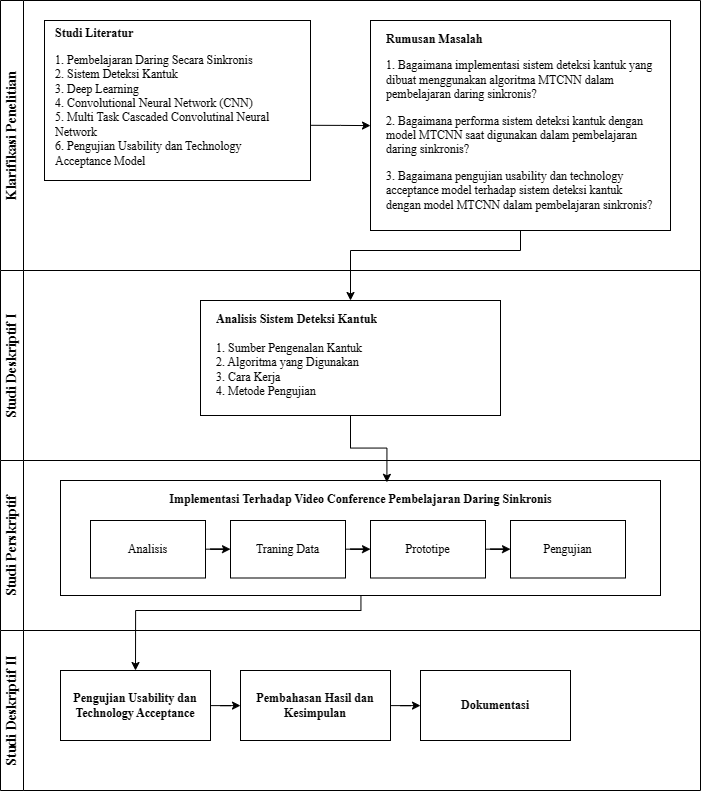
Above: Desain Penelitian.drawio.png in pakkaem/app.diagrams.net-repo (draw.io), before the change. Source tidied: cells renumbered, new cells last; positions are measured from the earlier drawing's top-left corner, leaving out a move shared by most shapes.
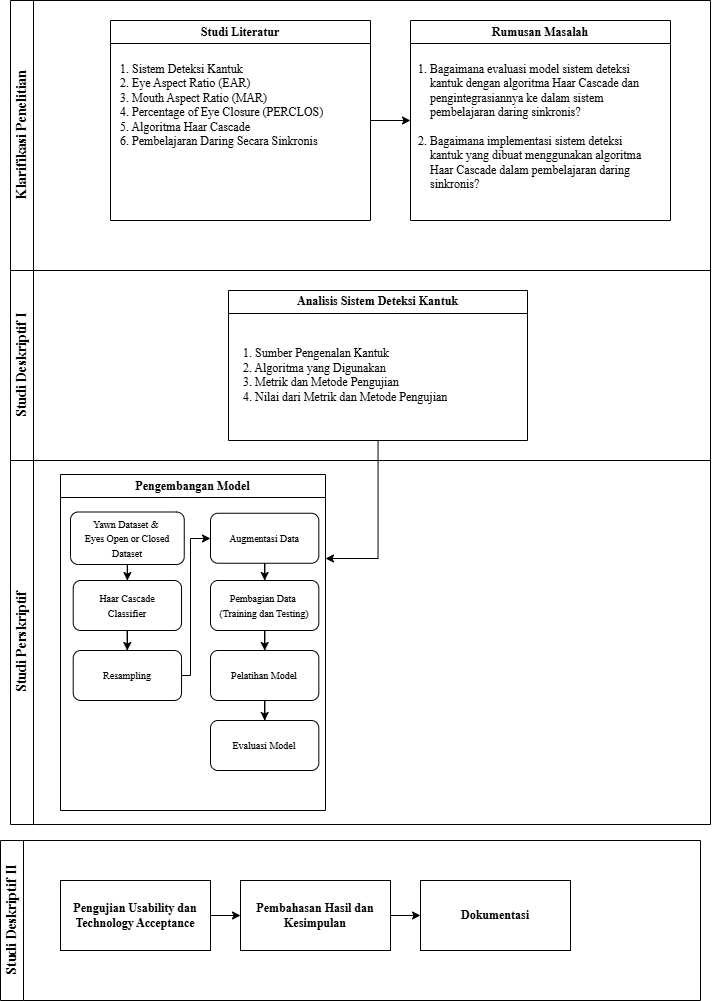
After the commit.

Diff of the diagram source:
```diff
@@ -5,62 +5,82 @@
     <mxCell id="2" value="Klarifikasi Penelitian" style="swimlane;horizontal=0;whiteSpace=wrap;html=1;fontFamily=Times New Roman;fontSize=14;" parent="1" vertex="1">
       <mxGeometry width="700" height="270" as="geometry" />
     </mxCell>
-    <mxCell id="3" style="edgeStyle=orthogonalEdgeStyle;rounded=0;jettySize=auto;html=1;exitX=1.001;exitY=0.655;exitDx=0;exitDy=0;exitPerimeter=0;" parent="2" edge="1" source="4" target="6">
-      <mxGeometry relative="1" as="geometry" />
-    </mxCell>
-    <mxCell id="4" style="rounded=0;whiteSpace=wrap;html=1;" parent="2" vertex="1">
-      <mxGeometry x="44" y="20" width="266" height="160" as="geometry" />
-    </mxCell>
+    <mxCell id="30" style="edgeStyle=orthogonalEdgeStyle;rounded=0;jettySize=auto;html=1;entryX=0;entryY=0.5;entryDx=0;entryDy=0;" parent="2" edge="1" source="31" target="32">
+      <mxGeometry relative="1" as="geometry" />
+    </mxCell>
+    <mxCell id="31" value="&lt;font face=&quot;Times New Roman&quot;&gt;Studi Literatur&lt;/font&gt;" style="swimlane;whiteSpace=wrap;html=1;" parent="2" vertex="1">
+      <mxGeometry x="100" y="20" width="260" height="200" as="geometry" />
+    </mxCell>
-    <mxCell id="5" value="&lt;p&gt;&lt;font style=&quot;font-size: 12px;&quot;&gt;&lt;b&gt;&lt;br&gt;Studi Literatur&lt;/b&gt;&lt;/font&gt;&lt;/p&gt;&lt;p&gt;1. Pembelajaran Daring Secara Sinkronis&lt;br&gt;2. Sistem Deteksi Kantuk&lt;br&gt;3. Deep Learning&lt;br&gt;4. Convolutional Neural Network (CNN)&lt;br&gt;5. Multi Task Cascaded Convolutinal Neural Network&lt;br&gt;6. Pengujian Usability dan Technology Acceptance Model&lt;/p&gt;" style="text;html=1;strokeColor=none;fillColor=none;spacing=5;spacingTop=-20;whiteSpace=wrap;overflow=hidden;rounded=0;fontFamily=Times New Roman;" parent="2" vertex="1">
-      <mxGeometry x="50" y="10" width="250" height="170" as="geometry" />
+    <mxCell id="5" value="&lt;p&gt;&lt;span style=&quot;background-color: initial;&quot;&gt;1. Sistem Deteksi Kantuk&lt;br&gt;2. Eye Aspect Ratio (EAR)&lt;br&gt;&lt;/span&gt;&lt;span style=&quot;background-color: initial;&quot;&gt;3. Mouth Aspect Ratio (MAR)&amp;nbsp;&lt;br&gt;4. Percentage of Eye Closure (PERCLOS)&lt;br&gt;5. Algoritma Haar Cascade&lt;br&gt;6. Pembelajaran Daring Secara Sinkronis&lt;/span&gt;&lt;/p&gt;" style="text;html=1;strokeColor=none;fillColor=none;spacing=5;spacingTop=-20;whiteSpace=wrap;overflow=hidden;rounded=0;fontFamily=Times New Roman;" parent="31" vertex="1">
+      <mxGeometry x="5" y="40" width="250" height="170" as="geometry" />
     </mxCell>
-    <mxCell id="6" style="rounded=0;whiteSpace=wrap;html=1;" parent="2" vertex="1">
-      <mxGeometry x="370" y="20" width="300" height="210" as="geometry" />
-    </mxCell>
-    <mxCell id="7" value="&lt;p&gt;&lt;font face=&quot;Times New Roman&quot; style=&quot;font-size: 12px;&quot;&gt;&lt;b&gt;Rumusan Masalah&lt;/b&gt;&lt;br&gt;&lt;/font&gt;&lt;/p&gt;&lt;p&gt;&lt;font face=&quot;Times New Roman&quot;&gt;1. Bagaimana implementasi sistem deteksi kantuk yang dibuat menggunakan algoritma MTCNN dalam pembelajaran daring sinkronis?&lt;/font&gt;&lt;/p&gt;&lt;p&gt;&lt;font face=&quot;Times New Roman&quot;&gt;2. Bagaimana performa sistem deteksi kantuk dengan model MTCNN saat digunakan dalam pembelajaran daring sinkronis?&lt;/font&gt;&lt;/p&gt;&lt;p&gt;&lt;/p&gt;&lt;p&gt;&lt;font face=&quot;Times New Roman&quot;&gt;3. Bagaimana pengujian usability dan technology acceptance model terhadap sistem deteksi kantuk dengan model MTCNN dalam pembelajaran sinkronis?&lt;/font&gt;&lt;/p&gt;&lt;div&gt;&lt;br&gt;&lt;/div&gt;" style="text;html=1;strokeColor=none;fillColor=none;spacing=5;spacingTop=-20;whiteSpace=wrap;overflow=hidden;rounded=0;" parent="2" vertex="1">
-      <mxGeometry x="381" y="30" width="279" height="196" as="geometry" />
-    </mxCell>
+    <mxCell id="32" value="&lt;font face=&quot;Times New Roman&quot;&gt;Rumusan Masalah&lt;/font&gt;" style="swimlane;whiteSpace=wrap;html=1;startSize=23;" parent="2" vertex="1">
+      <mxGeometry x="400" y="20" width="260" height="200" as="geometry" />
+    </mxCell>
+    <mxCell id="33" value="&lt;p&gt;&lt;/p&gt;&lt;ol&gt;&lt;li&gt;Bagaimana evaluasi model sistem deteksi kantuk dengan algoritma Haar Cascade dan pengintegrasiannya ke dalam sistem pembelajaran daring sinkronis?&lt;br&gt;&lt;br&gt;&lt;/li&gt;&lt;li&gt;&lt;span style=&quot;background-color: initial;&quot;&gt;Bagaimana implementasi sistem deteksi kantuk yang dibuat menggunakan algoritma Haar Cascade dalam pembelajaran daring sinkronis?&lt;/span&gt;&lt;/li&gt;&lt;/ol&gt;&lt;p&gt;&lt;/p&gt;" style="text;html=1;strokeColor=none;fillColor=none;spacing=5;spacingTop=-20;whiteSpace=wrap;overflow=hidden;rounded=0;fontFamily=Times New Roman;" parent="32" vertex="1">
+      <mxGeometry x="-25" y="40" width="275" height="170" as="geometry" />
+    </mxCell>
     <mxCell id="8" value="Studi Deskriptif I" style="swimlane;horizontal=0;whiteSpace=wrap;html=1;fontFamily=Times New Roman;fontSize=14;" parent="1" vertex="1">
       <mxGeometry y="270" width="700" height="190" as="geometry" />
     </mxCell>
-    <mxCell id="9" style="rounded=0;whiteSpace=wrap;html=1;" parent="8" vertex="1">
-      <mxGeometry x="200" y="30" width="300" height="115" as="geometry" />
-    </mxCell>
+    <mxCell id="34" value="&lt;b style=&quot;font-family: &amp;quot;Times New Roman&amp;quot;; text-align: left;&quot;&gt;Analisis Sistem Deteksi Kantuk&lt;br&gt;&lt;/b&gt;" style="swimlane;whiteSpace=wrap;html=1;startSize=23;" parent="8" vertex="1">
+      <mxGeometry x="218" y="20" width="299" height="150" as="geometry" />
+    </mxCell>
-    <mxCell id="10" value="&lt;p&gt;&lt;span style=&quot;font-family: &amp;quot;Times New Roman&amp;quot;; background-color: initial;&quot;&gt;&lt;b&gt;Analisis Sistem Deteksi Kantuk&lt;br&gt;&lt;/b&gt;&lt;br&gt;1. Sumber Pengenalan Kantuk&lt;br&gt;&lt;/span&gt;&lt;span style=&quot;font-family: &amp;quot;Times New Roman&amp;quot;; background-color: initial;&quot;&gt;2. Algoritma yang Digunakan&lt;br&gt;3. Cara Kerja&lt;br&gt;&lt;/span&gt;&lt;span style=&quot;font-family: &amp;quot;Times New Roman&amp;quot;; background-color: initial;&quot;&gt;4. Metode Pengujian&lt;/span&gt;&lt;/p&gt;" style="text;html=1;strokeColor=none;fillColor=none;spacing=5;spacingTop=-20;whiteSpace=wrap;overflow=hidden;rounded=0;" parent="8" vertex="1">
-      <mxGeometry x="211" y="40" width="279" height="105" as="geometry" />
+    <mxCell id="10" value="&lt;p&gt;&lt;span style=&quot;font-family: &amp;quot;Times New Roman&amp;quot;; background-color: initial;&quot;&gt;&lt;br&gt;1. Sumber Pengenalan Kantuk&lt;br&gt;&lt;/span&gt;&lt;span style=&quot;font-family: &amp;quot;Times New Roman&amp;quot;; background-color: initial;&quot;&gt;2. Algoritma yang Digunakan&lt;br&gt;3. Metrik dan Metode Pengujian&lt;br&gt;&lt;/span&gt;&lt;span style=&quot;font-family: &amp;quot;Times New Roman&amp;quot;; background-color: initial;&quot;&gt;4. Nilai dari Metrik dan Metode Pengujian&lt;/span&gt;&lt;/p&gt;" style="text;html=1;strokeColor=none;fillColor=none;spacing=5;spacingTop=-20;whiteSpace=wrap;overflow=hidden;rounded=0;" parent="34" vertex="1">
+      <mxGeometry x="10" y="40" width="279" height="87.5" as="geometry" />
     </mxCell>
     <mxCell id="11" value="Studi Perskriptif" style="swimlane;horizontal=0;whiteSpace=wrap;html=1;startSize=23;fontFamily=Times New Roman;fontSize=14;" parent="1" vertex="1">
-      <mxGeometry y="460" width="700" height="170" as="geometry" />
+      <mxGeometry y="460" width="700" height="364" as="geometry" />
     </mxCell>
-    <mxCell id="12" style="rounded=0;whiteSpace=wrap;html=1;" parent="11" vertex="1">
-      <mxGeometry x="60" y="20" width="600" height="115" as="geometry" />
-    </mxCell>
-    <mxCell id="13" value="&lt;p&gt;&lt;span style=&quot;font-family: &amp;quot;Times New Roman&amp;quot;; background-color: initial;&quot;&gt;&lt;b&gt;Implementasi Terhadap Video Conference Pembelajaran Daring Sinkronis&lt;/b&gt;&lt;/span&gt;&lt;/p&gt;" style="text;html=1;strokeColor=none;fillColor=none;spacing=5;spacingTop=-20;whiteSpace=wrap;overflow=hidden;rounded=0;align=center;" parent="11" vertex="1">
-      <mxGeometry x="71" y="30" width="579" height="105" as="geometry" />
-    </mxCell>
-    <mxCell id="14" style="edgeStyle=orthogonalEdgeStyle;rounded=0;jettySize=auto;html=1;" parent="11" edge="1" source="15" target="17">
-      <mxGeometry relative="1" as="geometry" />
-    </mxCell>
-    <mxCell id="15" value="&lt;font face=&quot;Times New Roman&quot;&gt;Analisis&lt;/font&gt;" style="rounded=0;whiteSpace=wrap;html=1;" parent="11" vertex="1">
-      <mxGeometry x="90" y="60" width="115" height="57.5" as="geometry" />
-    </mxCell>
-    <mxCell id="16" style="edgeStyle=orthogonalEdgeStyle;rounded=0;jettySize=auto;html=1;" parent="11" edge="1" source="17" target="19">
-      <mxGeometry relative="1" as="geometry" />
-    </mxCell>
-    <mxCell id="17" value="&lt;font face=&quot;Times New Roman&quot;&gt;Traning Data&lt;/font&gt;" style="rounded=0;whiteSpace=wrap;html=1;" parent="11" vertex="1">
-      <mxGeometry x="230" y="60" width="115" height="57.5" as="geometry" />
-    </mxCell>
-    <mxCell id="18" style="edgeStyle=orthogonalEdgeStyle;rounded=0;jettySize=auto;html=1;" parent="11" edge="1" source="19" target="20">
-      <mxGeometry relative="1" as="geometry" />
-    </mxCell>
-    <mxCell id="19" value="&lt;font face=&quot;Times New Roman&quot;&gt;Prototipe&lt;/font&gt;" style="rounded=0;whiteSpace=wrap;html=1;" parent="11" vertex="1">
-      <mxGeometry x="370" y="60" width="115" height="57.5" as="geometry" />
-    </mxCell>
-    <mxCell id="20" value="&lt;font face=&quot;Times New Roman&quot;&gt;Pengujian&lt;/font&gt;" style="rounded=0;whiteSpace=wrap;html=1;" parent="11" vertex="1">
-      <mxGeometry x="510" y="60" width="115" height="57.5" as="geometry" />
-    </mxCell>
+    <mxCell id="35" value="&lt;font face=&quot;Times New Roman&quot;&gt;Pengembangan Model&lt;/font&gt;" style="swimlane;whiteSpace=wrap;html=1;" parent="11" vertex="1">
+      <mxGeometry x="50" y="14" width="265" height="336" as="geometry" />
+    </mxCell>
+    <mxCell id="36" style="edgeStyle=orthogonalEdgeStyle;rounded=0;jettySize=auto;html=1;entryX=0.5;entryY=0;entryDx=0;entryDy=0;" parent="35" edge="1" source="37" target="39">
+      <mxGeometry relative="1" as="geometry" />
+    </mxCell>
+    <mxCell id="37" value="&lt;span style=&quot;background-color: initial; font-family: &amp;quot;Times New Roman&amp;quot;;&quot;&gt;&lt;font style=&quot;font-size: 10px;&quot;&gt;Yawn Dataset &amp;amp;&amp;nbsp;&lt;/font&gt;&lt;/span&gt;&lt;div&gt;&lt;span style=&quot;background-color: initial; font-family: &amp;quot;Times New Roman&amp;quot;;&quot;&gt;&lt;font style=&quot;font-size: 10px;&quot;&gt;Eyes Open or Closed Dataset&lt;/font&gt;&lt;/span&gt;&lt;/div&gt;" style="rounded=1;whiteSpace=wrap;html=1;align=center;" parent="35" vertex="1">
+      <mxGeometry x="10" y="37.5" width="113.8" height="52.5" as="geometry" />
+    </mxCell>
+    <mxCell id="38" style="edgeStyle=orthogonalEdgeStyle;rounded=0;jettySize=auto;html=1;" parent="35" edge="1" source="39" target="40">
+      <mxGeometry relative="1" as="geometry" />
+    </mxCell>
+    <mxCell id="39" value="&lt;font style=&quot;font-size: 10px;&quot; face=&quot;Times New Roman&quot;&gt;Haar Cascade&lt;/font&gt;&lt;div&gt;&lt;font style=&quot;font-size: 10px;&quot; face=&quot;Times New Roman&quot;&gt;Classifier&lt;/font&gt;&lt;/div&gt;" style="rounded=1;whiteSpace=wrap;html=1;align=center;" parent="35" vertex="1">
+      <mxGeometry x="12.7" y="106" width="108.3" height="50" as="geometry" />
+    </mxCell>
+    <mxCell id="40" value="&lt;font face=&quot;Times New Roman&quot;&gt;&lt;span style=&quot;font-size: 10px;&quot;&gt;Resampling&lt;/span&gt;&lt;/font&gt;" style="rounded=1;whiteSpace=wrap;html=1;align=center;" parent="35" vertex="1">
+      <mxGeometry x="12.7" y="176" width="108.3" height="50" as="geometry" />
+    </mxCell>
+    <mxCell id="41" style="edgeStyle=orthogonalEdgeStyle;rounded=0;jettySize=auto;html=1;" parent="35" edge="1" source="42" target="45">
+      <mxGeometry relative="1" as="geometry" />
+    </mxCell>
+    <mxCell id="42" value="&lt;font face=&quot;Times New Roman&quot;&gt;&lt;span style=&quot;font-size: 10px;&quot;&gt;Augmentasi Data&lt;/span&gt;&lt;/font&gt;" style="rounded=1;whiteSpace=wrap;html=1;align=center;" parent="35" vertex="1">
+      <mxGeometry x="150" y="38.8" width="108.3" height="50" as="geometry" />
+    </mxCell>
+    <mxCell id="43" style="edgeStyle=orthogonalEdgeStyle;rounded=0;jettySize=auto;html=1;" parent="35" edge="1" source="40" target="42">
+      <mxGeometry relative="1" as="geometry">
+        <Array as="points">
+          <mxPoint x="130" y="201" />
+          <mxPoint x="130" y="64" />
+        </Array>
+      </mxGeometry>
+    </mxCell>
+    <mxCell id="44" style="edgeStyle=orthogonalEdgeStyle;rounded=0;jettySize=auto;html=1;" parent="35" edge="1" source="45" target="47">
+      <mxGeometry relative="1" as="geometry" />
+    </mxCell>
+    <mxCell id="45" value="&lt;font face=&quot;Times New Roman&quot;&gt;&lt;span style=&quot;font-size: 10px;&quot;&gt;Pembagian Data&amp;nbsp;&lt;/span&gt;&lt;/font&gt;&lt;div&gt;&lt;font face=&quot;Times New Roman&quot;&gt;&lt;span style=&quot;font-size: 10px;&quot;&gt;(Training dan Testing)&lt;/span&gt;&lt;/font&gt;&lt;/div&gt;" style="rounded=1;whiteSpace=wrap;html=1;align=center;" parent="35" vertex="1">
+      <mxGeometry x="150" y="106" width="108.3" height="50" as="geometry" />
+    </mxCell>
+    <mxCell id="46" style="edgeStyle=orthogonalEdgeStyle;rounded=0;jettySize=auto;html=1;" parent="35" edge="1" source="47" target="48">
+      <mxGeometry relative="1" as="geometry" />
+    </mxCell>
+    <mxCell id="47" value="&lt;font face=&quot;Times New Roman&quot;&gt;&lt;span style=&quot;font-size: 10px;&quot;&gt;Pelatihan Model&lt;br&gt;&lt;/span&gt;&lt;/font&gt;" style="rounded=1;whiteSpace=wrap;html=1;align=center;" parent="35" vertex="1">
+      <mxGeometry x="150" y="176" width="108.3" height="50" as="geometry" />
+    </mxCell>
+    <mxCell id="48" value="&lt;font face=&quot;Times New Roman&quot;&gt;&lt;span style=&quot;font-size: 10px;&quot;&gt;Evaluasi Model&lt;br&gt;&lt;/span&gt;&lt;/font&gt;" style="rounded=1;whiteSpace=wrap;html=1;align=center;" parent="35" vertex="1">
+      <mxGeometry x="150" y="246" width="108.3" height="50" as="geometry" />
+    </mxCell>
     <mxCell id="21" value="Studi Deskriptif II" style="swimlane;horizontal=0;whiteSpace=wrap;html=1;fontFamily=Times New Roman;fontSize=14;" parent="1" vertex="1">
-      <mxGeometry y="630" width="700" height="160" as="geometry" />
+      <mxGeometry x="-10" y="840" width="700" height="160" as="geometry" />
     </mxCell>
     <mxCell id="22" style="edgeStyle=orthogonalEdgeStyle;rounded=0;jettySize=auto;html=1;" parent="21" edge="1" source="23" target="25">
       <mxGeometry relative="1" as="geometry" />
@@ -77,24 +97,8 @@
     <mxCell id="26" value="&lt;font face=&quot;Times New Roman&quot;&gt;&lt;b&gt;Dokumentasi&lt;/b&gt;&lt;/font&gt;" style="rounded=0;whiteSpace=wrap;html=1;" parent="21" vertex="1">
       <mxGeometry x="420" y="40" width="150" height="70" as="geometry" />
     </mxCell>
-    <mxCell id="27" style="edgeStyle=orthogonalEdgeStyle;rounded=0;jettySize=auto;html=1;entryX=0.5;entryY=0;entryDx=0;entryDy=0;" parent="1" edge="1" source="13" target="23">
-      <mxGeometry relative="1" as="geometry">
-        <Array as="points">
-          <mxPoint x="361" y="610" />
-          <mxPoint x="135" y="610" />
-        </Array>
-      </mxGeometry>
-    </mxCell>
-    <mxCell id="28" style="edgeStyle=orthogonalEdgeStyle;rounded=0;jettySize=auto;html=1;entryX=0.5;entryY=0;entryDx=0;entryDy=0;" parent="1" edge="1" source="6" target="9">
-      <mxGeometry relative="1" as="geometry">
-        <Array as="points">
-          <mxPoint x="520" y="250" />
-          <mxPoint x="350" y="250" />
-        </Array>
-      </mxGeometry>
-    </mxCell>
-    <mxCell id="29" style="edgeStyle=orthogonalEdgeStyle;rounded=0;jettySize=auto;html=1;entryX=0.544;entryY=0.016;entryDx=0;entryDy=0;entryPerimeter=0;" parent="1" edge="1" source="9" target="12">
-      <mxGeometry relative="1" as="geometry" />
-    </mxCell>
+    <mxCell id="49" style="edgeStyle=orthogonalEdgeStyle;rounded=0;jettySize=auto;html=1;entryX=1;entryY=0.25;entryDx=0;entryDy=0;" parent="1" edge="1" source="34" target="35">
+      <mxGeometry relative="1" as="geometry" />
+    </mxCell>
   </root>
 </mxGraphModel>
```
